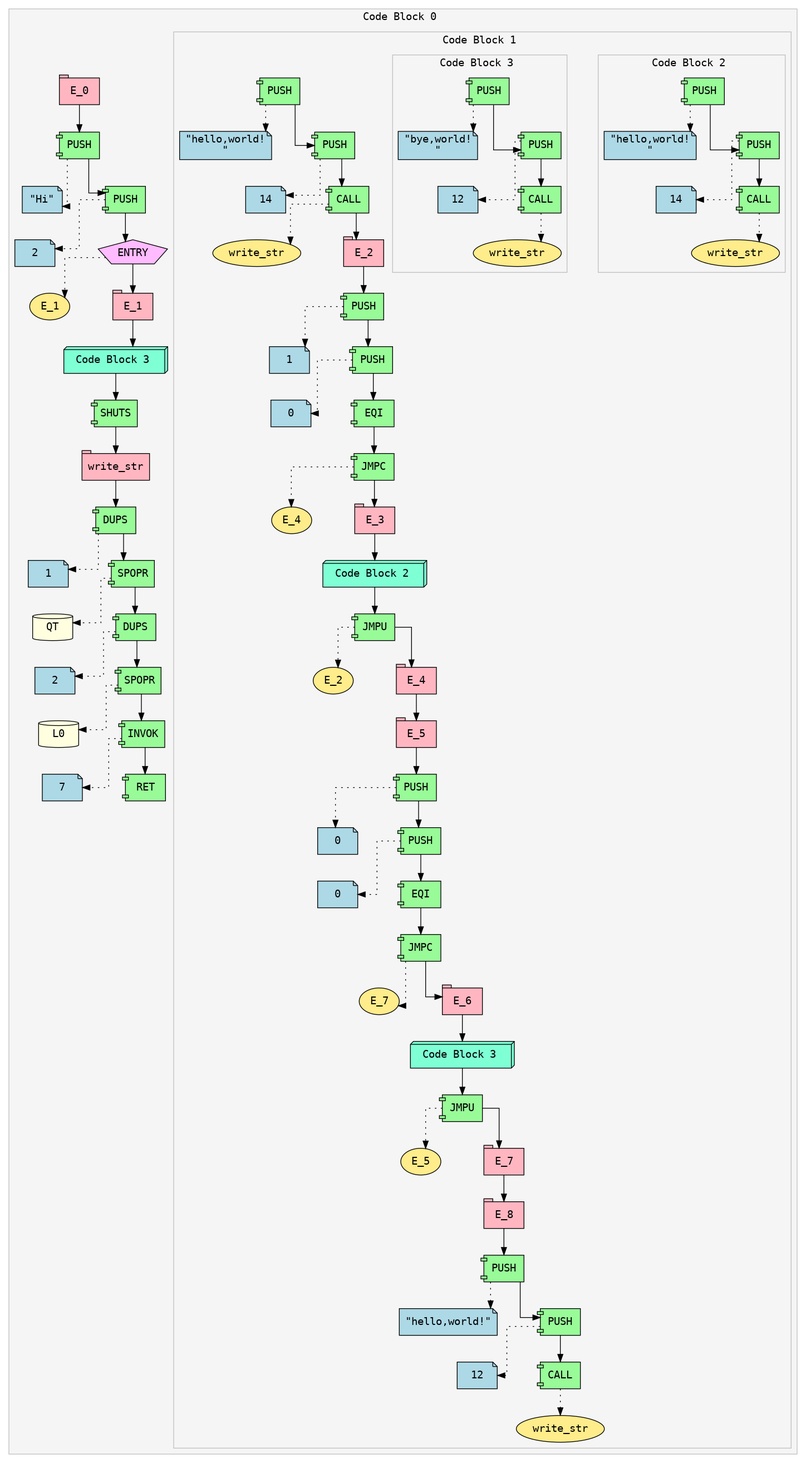
The Graphviz diagram ir.png in Soham-Metha/IICT_Segfault_2025, before a commit. Its source is kept beside it as ir.dot.
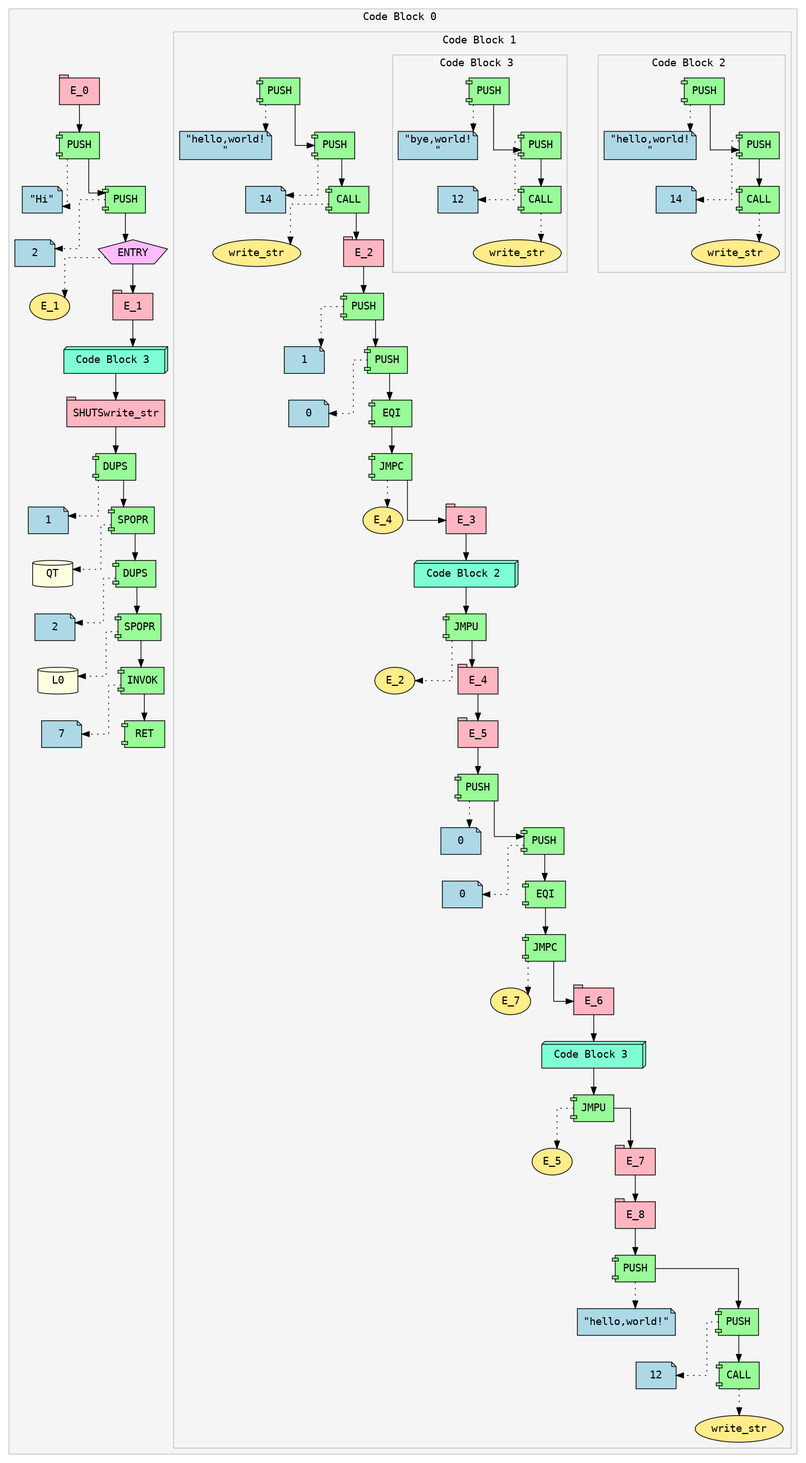
After the change.

Diff of the diagram source:
```diff
@@ -145,31 +145,29 @@
 }
 Expr_9 [shape=box3d style=filled fillcolor=aquamarine fontname="Courier" label=" Code Block 3  "]
 Expr_8 -> Expr_9;
-Expr_61 [shape=component style=filled fillcolor=palegreen fontname="Courier" label="SHUTS"]
+Expr_61 [shape=tab style=filled fillcolor=lightpink fontname="Courier" label="SHUTSwrite_str"]
 Expr_9 -> Expr_61;
-Expr_62 [shape=tab style=filled fillcolor=lightpink fontname="Courier" label="write_str"]
+Expr_62 [shape=component style=filled fillcolor=palegreen fontname="Courier" label="DUPS"]
+Expr_63 [shape=note style=filled fillcolor=lightblue fontname="Courier" label="1"]
+Expr_62 -> Expr_63 [style=dotted]
 Expr_61 -> Expr_62;
-Expr_63 [shape=component style=filled fillcolor=palegreen fontname="Courier" label="DUPS"]
-Expr_64 [shape=note style=filled fillcolor=lightblue fontname="Courier" label="1"]
-Expr_63 -> Expr_64 [style=dotted]
-Expr_62 -> Expr_63;
-Expr_65 [shape=component style=filled fillcolor=palegreen fontname="Courier" label="SPOPR"]
-Expr_66 [shape=cylinder style=filled fillcolor=lightyellow fontname="Courier" label="QT"]
-Expr_65 -> Expr_66 [style=dotted]
-Expr_63 -> Expr_65;
-Expr_67 [shape=component style=filled fillcolor=palegreen fontname="Courier" label="DUPS"]
-Expr_68 [shape=note style=filled fillcolor=lightblue fontname="Courier" label="2"]
-Expr_67 -> Expr_68 [style=dotted]
-Expr_65 -> Expr_67;
-Expr_69 [shape=component style=filled fillcolor=palegreen fontname="Courier" label="SPOPR"]
-Expr_70 [shape=cylinder style=filled fillcolor=lightyellow fontname="Courier" label="L0"]
-Expr_69 -> Expr_70 [style=dotted]
-Expr_67 -> Expr_69;
-Expr_71 [shape=component style=filled fillcolor=palegreen fontname="Courier" label="INVOK"]
-Expr_72 [shape=note style=filled fillcolor=lightblue fontname="Courier" label="7"]
-Expr_71 -> Expr_72 [style=dotted]
-Expr_69 -> Expr_71;
-Expr_73 [shape=component style=filled fillcolor=palegreen fontname="Courier" label="RET"]
-Expr_71 -> Expr_73;
+Expr_64 [shape=component style=filled fillcolor=palegreen fontname="Courier" label="SPOPR"]
+Expr_65 [shape=cylinder style=filled fillcolor=lightyellow fontname="Courier" label="QT"]
+Expr_64 -> Expr_65 [style=dotted]
+Expr_62 -> Expr_64;
+Expr_66 [shape=component style=filled fillcolor=palegreen fontname="Courier" label="DUPS"]
+Expr_67 [shape=note style=filled fillcolor=lightblue fontname="Courier" label="2"]
+Expr_66 -> Expr_67 [style=dotted]
+Expr_64 -> Expr_66;
+Expr_68 [shape=component style=filled fillcolor=palegreen fontname="Courier" label="SPOPR"]
+Expr_69 [shape=cylinder style=filled fillcolor=lightyellow fontname="Courier" label="L0"]
+Expr_68 -> Expr_69 [style=dotted]
+Expr_66 -> Expr_68;
+Expr_70 [shape=component style=filled fillcolor=palegreen fontname="Courier" label="INVOK"]
+Expr_71 [shape=note style=filled fillcolor=lightblue fontname="Courier" label="7"]
+Expr_70 -> Expr_71 [style=dotted]
+Expr_68 -> Expr_70;
+Expr_72 [shape=component style=filled fillcolor=palegreen fontname="Courier" label="RET"]
+Expr_70 -> Expr_72;
 }
 }
```
